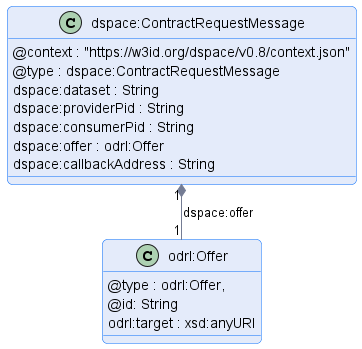
The PlantUML diagram negotiation/message/diagram/contract-request-message.png in International-Data-Spaces-Association/ids-specification, before a commit.
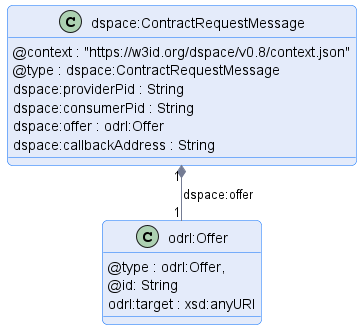
After the commit.

What changed in the source:
```diff
@@ -9,7 +9,6 @@
 class "dspace:ContractRequestMessage" {
     @context : "https://w3id.org/dspace/v0.8/context.json"
     @type : dspace:ContractRequestMessage
-    dspace:dataset : String
     dspace:providerPid : String
     dspace:consumerPid : String
     dspace:offer : odrl:Offer
```
